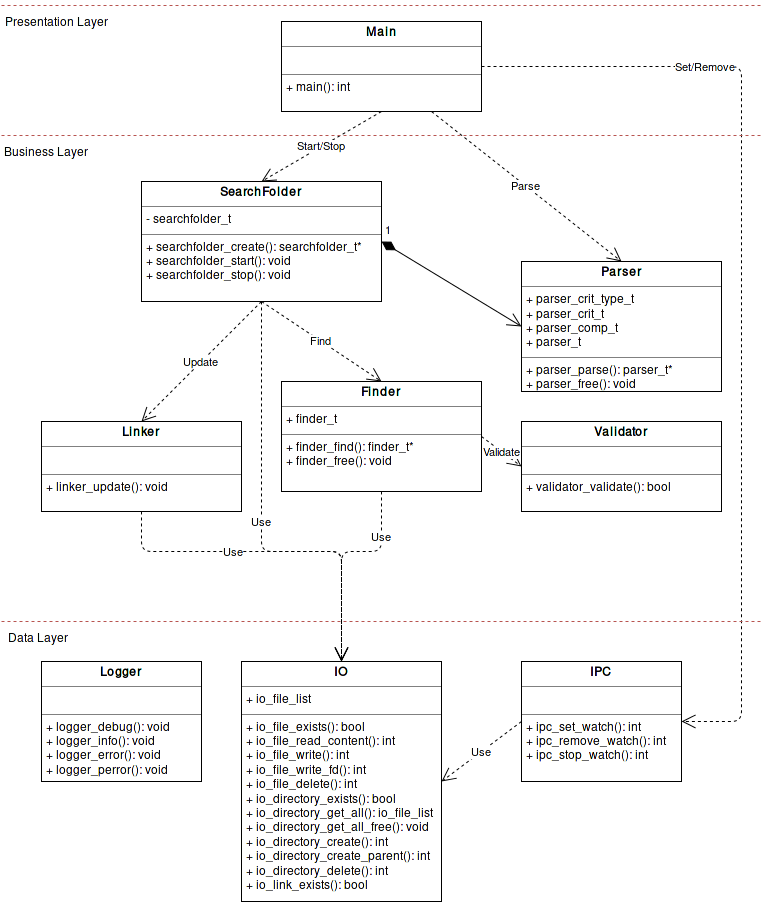
This is report/img/modules.png from claudiosousa/hepia-projects-smart-folder, a draw.io export, as it was before one commit. Source tidied: cells renumbered, new cells last; positions are measured from the earlier drawing's top-left corner, leaving out a move shared by most shapes.
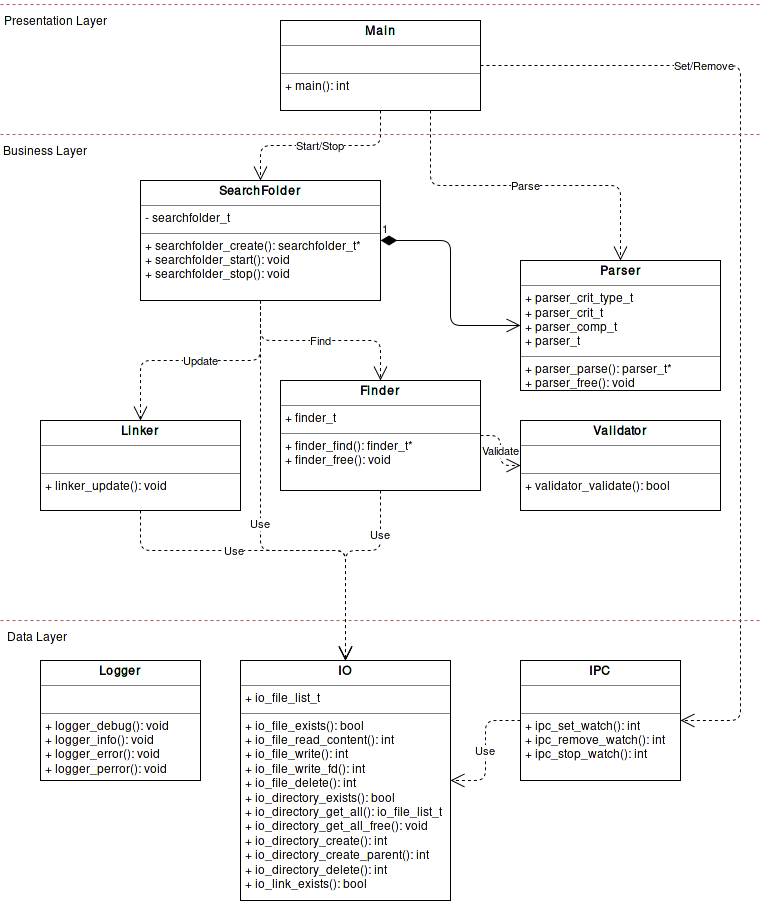
Above is the later version.

Commit message:
Rename type io_file_list -> io_file_list_t

What changed in the source:
```diff
@@ -11,8 +11,8 @@
     <mxCell id="4" value="&lt;p style=&quot;margin: 0px ; margin-top: 4px ; text-align: center&quot;&gt;&lt;b&gt;SearchFolder&lt;/b&gt;&lt;br&gt;&lt;/p&gt;&lt;hr size=&quot;1&quot;&gt;&lt;p style=&quot;margin: 0px ; margin-left: 4px&quot;&gt;- searchfolder_t&lt;br&gt;&lt;/p&gt;&lt;hr size=&quot;1&quot;&gt;&lt;p style=&quot;margin: 0px ; margin-left: 4px&quot;&gt;+ searchfolder_create(): searchfolder_t*&lt;/p&gt;&lt;p style=&quot;margin: 0px ; margin-left: 4px&quot;&gt;+ searchfolder_start(): void&lt;/p&gt;&lt;p style=&quot;margin: 0px ; margin-left: 4px&quot;&gt;+ searchfolder_stop(): void&lt;br&gt;&lt;/p&gt;" style="verticalAlign=top;align=left;overflow=fill;fontSize=12;fontFamily=Helvetica;html=1;" parent="1" vertex="1">
       <mxGeometry x="140" y="180" width="240" height="120" as="geometry" />
     </mxCell>
-    <mxCell id="5" value="&lt;p style=&quot;margin: 0px ; margin-top: 4px ; text-align: center&quot;&gt;&lt;b&gt;IO&lt;/b&gt;&lt;br&gt;&lt;/p&gt;&lt;hr size=&quot;1&quot;&gt;&lt;p style=&quot;margin: 0px ; margin-left: 4px&quot;&gt;+ io_file_list&lt;br&gt;&lt;/p&gt;&lt;hr size=&quot;1&quot;&gt;&lt;p style=&quot;margin: 0px ; margin-left: 4px&quot;&gt;+ io_file_exists(): bool&lt;/p&gt;&lt;p style=&quot;margin: 0px ; margin-left: 4px&quot;&gt;+ io_file_read_content(): int&lt;/p&gt;&lt;p style=&quot;margin: 0px ; margin-left: 4px&quot;&gt;+ io_file_write(): int&lt;/p&gt;&lt;p style=&quot;margin: 0px ; margin-left: 4px&quot;&gt;+ io_file_write_fd(): int&lt;br&gt;&lt;/p&gt;&lt;p style=&quot;margin: 0px ; margin-left: 4px&quot;&gt;+ io_file_delete(): int&lt;/p&gt;&lt;p style=&quot;margin: 0px ; margin-left: 4px&quot;&gt;+ io_directory_exists(): bool&lt;/p&gt;&lt;p style=&quot;margin: 0px ; margin-left: 4px&quot;&gt;+ io_directory_get_all(): io_file_list&lt;/p&gt;&lt;p style=&quot;margin: 0px ; margin-left: 4px&quot;&gt;+ io_directory_get_all_free(): void&lt;br&gt;&lt;/p&gt;&lt;p style=&quot;margin: 0px ; margin-left: 4px&quot;&gt;+ io_directory_create(): int&lt;/p&gt;&lt;p style=&quot;margin: 0px ; margin-left: 4px&quot;&gt;+ io_directory_create_parent(): int&lt;/p&gt;&lt;p style=&quot;margin: 0px ; margin-left: 4px&quot;&gt;+ io_directory_delete(): int&lt;/p&gt;&lt;p style=&quot;margin: 0px ; margin-left: 4px&quot;&gt;+ io_link_exists(): bool&lt;br&gt;&lt;/p&gt;" style="verticalAlign=top;align=left;overflow=fill;fontSize=12;fontFamily=Helvetica;html=1;" parent="1" vertex="1">
-      <mxGeometry x="240" y="660" width="200" height="240" as="geometry" />
+    <mxCell id="5" value="&lt;p style=&quot;margin: 0px ; margin-top: 4px ; text-align: center&quot;&gt;&lt;b&gt;IO&lt;/b&gt;&lt;br&gt;&lt;/p&gt;&lt;hr size=&quot;1&quot;&gt;&lt;p style=&quot;margin: 0px ; margin-left: 4px&quot;&gt;+ io_file_list_t&lt;br&gt;&lt;/p&gt;&lt;hr size=&quot;1&quot;&gt;&lt;p style=&quot;margin: 0px ; margin-left: 4px&quot;&gt;+ io_file_exists(): bool&lt;/p&gt;&lt;p style=&quot;margin: 0px ; margin-left: 4px&quot;&gt;+ io_file_read_content(): int&lt;/p&gt;&lt;p style=&quot;margin: 0px ; margin-left: 4px&quot;&gt;+ io_file_write(): int&lt;/p&gt;&lt;p style=&quot;margin: 0px ; margin-left: 4px&quot;&gt;+ io_file_write_fd(): int&lt;br&gt;&lt;/p&gt;&lt;p style=&quot;margin: 0px ; margin-left: 4px&quot;&gt;+ io_file_delete(): int&lt;/p&gt;&lt;p style=&quot;margin: 0px ; margin-left: 4px&quot;&gt;+ io_directory_exists(): bool&lt;/p&gt;&lt;p style=&quot;margin: 0px ; margin-left: 4px&quot;&gt;+ io_directory_get_all(): io_file_list_t&lt;/p&gt;&lt;p style=&quot;margin: 0px ; margin-left: 4px&quot;&gt;+ io_directory_get_all_free(): void&lt;br&gt;&lt;/p&gt;&lt;p style=&quot;margin: 0px ; margin-left: 4px&quot;&gt;+ io_directory_create(): int&lt;/p&gt;&lt;p style=&quot;margin: 0px ; margin-left: 4px&quot;&gt;+ io_directory_create_parent(): int&lt;/p&gt;&lt;p style=&quot;margin: 0px ; margin-left: 4px&quot;&gt;+ io_directory_delete(): int&lt;/p&gt;&lt;p style=&quot;margin: 0px ; margin-left: 4px&quot;&gt;+ io_link_exists(): bool&lt;br&gt;&lt;/p&gt;" style="verticalAlign=top;align=left;overflow=fill;fontSize=12;fontFamily=Helvetica;html=1;" parent="1" vertex="1">
+      <mxGeometry x="240" y="660" width="210" height="240" as="geometry" />
     </mxCell>
     <mxCell id="6" value="&lt;p style=&quot;margin: 0px ; margin-top: 4px ; text-align: center&quot;&gt;&lt;b&gt;Logger&lt;/b&gt;&lt;br&gt;&lt;/p&gt;&lt;hr size=&quot;1&quot;&gt;&lt;p style=&quot;margin: 0px ; margin-left: 4px&quot;&gt;&lt;br&gt;&lt;/p&gt;&lt;hr size=&quot;1&quot;&gt;&lt;p style=&quot;margin: 0px ; margin-left: 4px&quot;&gt;+ logger_debug(): void&lt;/p&gt;&lt;p style=&quot;margin: 0px ; margin-left: 4px&quot;&gt;+ logger_info(): void&lt;/p&gt;&lt;p style=&quot;margin: 0px ; margin-left: 4px&quot;&gt;+ logger_error(): void&lt;/p&gt;&lt;p style=&quot;margin: 0px ; margin-left: 4px&quot;&gt;+ logger_perror(): void&lt;br&gt;&lt;/p&gt;" style="verticalAlign=top;align=left;overflow=fill;fontSize=12;fontFamily=Helvetica;html=1;" parent="1" vertex="1">
       <mxGeometry x="40" y="660" width="160" height="120" as="geometry" />
@@ -29,10 +29,10 @@
     <mxCell id="10" value="&lt;p style=&quot;margin: 0px ; margin-top: 4px ; text-align: center&quot;&gt;&lt;b&gt;Validator&lt;/b&gt;&lt;br&gt;&lt;/p&gt;&lt;hr size=&quot;1&quot;&gt;&lt;p style=&quot;margin: 0px ; margin-left: 4px&quot;&gt;&lt;br&gt;&lt;/p&gt;&lt;hr size=&quot;1&quot;&gt;&lt;p style=&quot;margin: 0px ; margin-left: 4px&quot;&gt;+ validator_validate(): bool&lt;br&gt;&lt;/p&gt;" style="verticalAlign=top;align=left;overflow=fill;fontSize=12;fontFamily=Helvetica;html=1;" parent="1" vertex="1">
       <mxGeometry x="520" y="420" width="200" height="90" as="geometry" />
     </mxCell>
-    <mxCell id="11" value="Start/Stop" style="endArrow=open;endSize=12;dashed=1;html=1;exitX=0.5;exitY=1;entryX=0.5;entryY=0;" parent="1" edge="1" source="2" target="4">
+    <mxCell id="11" value="Start/Stop" style="endArrow=open;endSize=12;dashed=1;html=1;exitX=0.5;exitY=1;entryX=0.5;entryY=0;edgeStyle=orthogonalEdgeStyle;" parent="1" edge="1" source="2" target="4">
       <mxGeometry relative="1" as="geometry" />
     </mxCell>
-    <mxCell id="12" value="Parse" style="endArrow=open;endSize=12;dashed=1;html=1;exitX=0.75;exitY=1;entryX=0.5;entryY=0;" parent="1" edge="1" source="2" target="7">
+    <mxCell id="12" value="Parse" style="endArrow=open;endSize=12;dashed=1;html=1;exitX=0.75;exitY=1;entryX=0.5;entryY=0;edgeStyle=orthogonalEdgeStyle;" parent="1" edge="1" source="2" target="7">
       <mxGeometry relative="1" as="geometry" />
     </mxCell>
     <mxCell id="13" value="Set/Remove" style="endArrow=open;endSize=12;dashed=1;html=1;exitX=1;exitY=0.5;entryX=1;entryY=0.5;edgeStyle=orthogonalEdgeStyle;" parent="1" edge="1" source="2" target="3">
@@ -43,35 +43,35 @@
         </Array>
       </mxGeometry>
     </mxCell>
-    <mxCell id="14" value="1" style="endArrow=open;html=1;endSize=12;startArrow=diamondThin;startSize=14;startFill=1;align=left;verticalAlign=bottom;exitX=1;exitY=0.5;entryX=0;entryY=0.5;" parent="1" edge="1" source="4" target="7">
+    <mxCell id="14" value="1" style="endArrow=open;html=1;endSize=12;startArrow=diamondThin;startSize=14;startFill=1;align=left;verticalAlign=bottom;exitX=1;exitY=0.5;entryX=0;entryY=0.5;edgeStyle=orthogonalEdgeStyle;" parent="1" edge="1" source="4" target="7">
       <mxGeometry x="-1" y="3" relative="1" as="geometry" />
     </mxCell>
-    <mxCell id="15" value="Update" style="endArrow=open;endSize=12;dashed=1;html=1;exitX=0.5;exitY=1;entryX=0.5;entryY=0;" parent="1" edge="1" source="4" target="9">
+    <mxCell id="15" value="Update" style="endArrow=open;endSize=12;dashed=1;html=1;exitX=0.5;exitY=1;entryX=0.5;entryY=0;edgeStyle=orthogonalEdgeStyle;" parent="1" edge="1" source="4" target="9">
       <mxGeometry relative="1" as="geometry" />
     </mxCell>
-    <mxCell id="16" value="Find" style="endArrow=open;endSize=12;dashed=1;html=1;exitX=0.5;exitY=1;entryX=0.5;entryY=0;" parent="1" edge="1" source="4" target="8">
+    <mxCell id="16" value="Find" style="endArrow=open;endSize=12;dashed=1;html=1;exitX=0.5;exitY=1;entryX=0.5;entryY=0;edgeStyle=orthogonalEdgeStyle;" parent="1" edge="1" source="4" target="8">
       <mxGeometry relative="1" as="geometry" />
     </mxCell>
     <mxCell id="17" value="Use" style="endArrow=open;endSize=12;dashed=1;html=1;exitX=0.5;exitY=1;entryX=0.5;entryY=0;edgeStyle=orthogonalEdgeStyle;" parent="1" edge="1" source="9" target="5">
       <mxGeometry x="-0.24" relative="1" as="geometry">
         <Array as="points">
           <mxPoint x="140" y="550" />
-          <mxPoint x="340" y="550" />
+          <mxPoint x="345" y="550" />
         </Array>
       </mxGeometry>
     </mxCell>
-    <mxCell id="18" value="Validate" style="endArrow=open;endSize=12;dashed=1;html=1;exitX=1;exitY=0.5;entryX=0;entryY=0.5;" parent="1" edge="1" source="8" target="10">
+    <mxCell id="18" value="Validate" style="endArrow=open;endSize=12;dashed=1;html=1;exitX=1;exitY=0.5;entryX=0;entryY=0.5;edgeStyle=orthogonalEdgeStyle;" parent="1" edge="1" source="8" target="10">
       <mxGeometry relative="1" as="geometry" />
     </mxCell>
     <mxCell id="19" value="Use" style="endArrow=open;endSize=12;dashed=1;html=1;exitX=0.5;exitY=1;entryX=0.5;entryY=0;edgeStyle=orthogonalEdgeStyle;" parent="1" edge="1" source="8" target="5">
       <mxGeometry x="-0.57" relative="1" as="geometry">
         <Array as="points">
           <mxPoint x="380" y="550" />
-          <mxPoint x="340" y="550" />
+          <mxPoint x="345" y="550" />
         </Array>
       </mxGeometry>
     </mxCell>
-    <mxCell id="20" value="Use" style="endArrow=open;endSize=12;dashed=1;html=1;exitX=0;exitY=0.5;entryX=1;entryY=0.5;" parent="1" edge="1" source="3" target="5">
+    <mxCell id="20" value="Use" style="endArrow=open;endSize=12;dashed=1;html=1;exitX=0;exitY=0.5;entryX=1;entryY=0.5;edgeStyle=orthogonalEdgeStyle;" parent="1" edge="1" source="3" target="5">
       <mxGeometry relative="1" as="geometry" />
     </mxCell>
     <mxCell id="21" value="Business Layer&lt;br&gt;" style="line;html=1;strokeWidth=1;fillColor=#f8cecc;align=right;verticalAlign=top;spacingTop=-1;spacingLeft=3;spacingRight=-90;labelPosition=left;dashed=1;strokeColor=#b85450;verticalLabelPosition=bottom;" parent="1" vertex="1">
@@ -84,7 +84,7 @@
       <mxGeometry relative="1" as="geometry">
         <Array as="points">
           <mxPoint x="260" y="550" />
-          <mxPoint x="340" y="550" />
+          <mxPoint x="345" y="550" />
         </Array>
       </mxGeometry>
     </mxCell>
```
